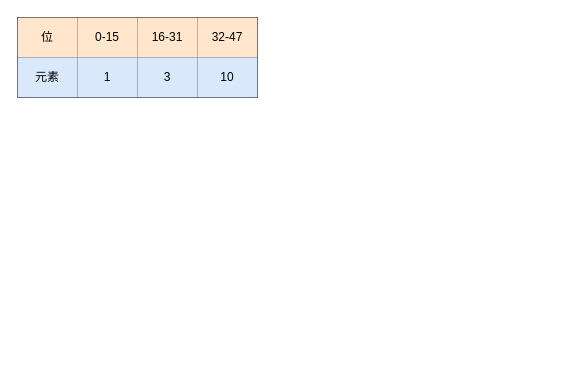
The draw.io diagram redis/intset升级过程.drawio in erlieStar/diagrams, before the edit. Source tidied: cells renumbered, new cells numbered last; positions are measured from the earlier drawing's top-left corner, leaving out a move shared by most shapes. Both pictures are drawn from the tidied source at 100%, with x=0, y=0 at pixel (17, 17).
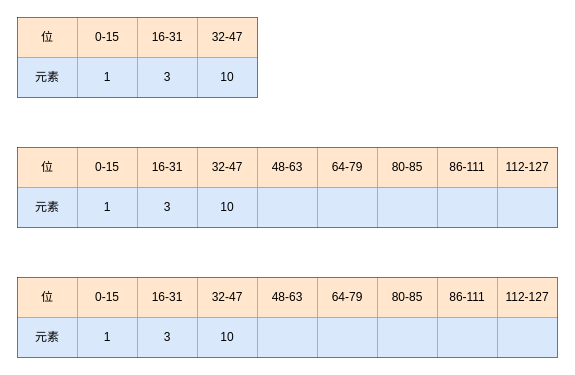
The same page after the edit.

Diff of the diagram source:
```diff
@@
+    <mxCell id="13" style="shape=table;html=1;whiteSpace=wrap;startSize=0;childLayout=tableLayout;" parent="1" vertex="1">
+      <mxGeometry y="130" width="540" height="80" as="geometry" />
+    </mxCell>
+    <mxCell id="14" style="shape=partialRectangle;html=1;whiteSpace=wrap;fillColor=none;top=0;left=0;bottom=0;right=0;" parent="13" vertex="1">
+      <mxGeometry width="540" height="40" as="geometry" />
+    </mxCell>
+    <mxCell id="15" value="位" style="shape=partialRectangle;html=1;whiteSpace=wrap;fillColor=#ffe6cc;top=0;left=0;bottom=0;right=0;overflow=hidden;strokeColor=#d79b00;" parent="14" vertex="1">
+      <mxGeometry width="60" height="40" as="geometry" />
+    </mxCell>
+    <mxCell id="16" value="0-15" style="shape=partialRectangle;html=1;whiteSpace=wrap;fillColor=#ffe6cc;top=0;left=0;bottom=0;right=0;overflow=hidden;strokeColor=#d79b00;" parent="14" vertex="1">
+      <mxGeometry x="60" width="60" height="40" as="geometry" />
+    </mxCell>
+    <mxCell id="17" value="16-31" style="shape=partialRectangle;html=1;whiteSpace=wrap;fillColor=#ffe6cc;top=0;left=0;bottom=0;right=0;overflow=hidden;strokeColor=#d79b00;" parent="14" vertex="1">
+      <mxGeometry x="120" width="60" height="40" as="geometry" />
+    </mxCell>
+    <mxCell id="18" value="32-47" style="shape=partialRectangle;html=1;whiteSpace=wrap;fillColor=#ffe6cc;top=0;left=0;bottom=0;right=0;overflow=hidden;strokeColor=#d79b00;" parent="14" vertex="1">
+      <mxGeometry x="180" width="60" height="40" as="geometry" />
+    </mxCell>
+    <mxCell id="19" value="48-63" style="shape=partialRectangle;html=1;whiteSpace=wrap;fillColor=#ffe6cc;top=0;left=0;bottom=0;right=0;overflow=hidden;strokeColor=#d79b00;" parent="14" vertex="1">
+      <mxGeometry x="240" width="60" height="40" as="geometry" />
+    </mxCell>
+    <mxCell id="20" value="64-79" style="shape=partialRectangle;html=1;whiteSpace=wrap;fillColor=#ffe6cc;top=0;left=0;bottom=0;right=0;overflow=hidden;strokeColor=#d79b00;" parent="14" vertex="1">
+      <mxGeometry x="300" width="60" height="40" as="geometry" />
+    </mxCell>
+    <mxCell id="21" value="80-85" style="shape=partialRectangle;html=1;whiteSpace=wrap;fillColor=#ffe6cc;top=0;left=0;bottom=0;right=0;overflow=hidden;strokeColor=#d79b00;" parent="14" vertex="1">
+      <mxGeometry x="360" width="60" height="40" as="geometry" />
+    </mxCell>
+    <mxCell id="22" value="86-111" style="shape=partialRectangle;html=1;whiteSpace=wrap;fillColor=#ffe6cc;top=0;left=0;bottom=0;right=0;overflow=hidden;strokeColor=#d79b00;" parent="14" vertex="1">
+      <mxGeometry x="420" width="60" height="40" as="geometry" />
+    </mxCell>
+    <mxCell id="23" value="112-127" style="shape=partialRectangle;html=1;whiteSpace=wrap;fillColor=#ffe6cc;top=0;left=0;bottom=0;right=0;overflow=hidden;strokeColor=#d79b00;" parent="14" vertex="1">
+      <mxGeometry x="480" width="60" height="40" as="geometry" />
+    </mxCell>
+    <mxCell id="24" style="shape=partialRectangle;html=1;whiteSpace=wrap;fillColor=none;top=0;left=0;bottom=0;right=0;" parent="13" vertex="1">
+      <mxGeometry y="40" width="540" height="40" as="geometry" />
+    </mxCell>
+    <mxCell id="25" value="元素" style="shape=partialRectangle;html=1;whiteSpace=wrap;fillColor=#dae8fc;top=0;left=0;bottom=0;right=0;overflow=hidden;strokeColor=#6c8ebf;" parent="24" vertex="1">
+      <mxGeometry width="60" height="40" as="geometry" />
+    </mxCell>
+    <mxCell id="26" value="1" style="shape=partialRectangle;html=1;whiteSpace=wrap;fillColor=#dae8fc;top=0;left=0;bottom=0;right=0;overflow=hidden;strokeColor=#6c8ebf;" parent="24" vertex="1">
+      <mxGeometry x="60" width="60" height="40" as="geometry" />
+    </mxCell>
+    <mxCell id="27" value="3" style="shape=partialRectangle;html=1;whiteSpace=wrap;fillColor=#dae8fc;top=0;left=0;bottom=0;right=0;overflow=hidden;strokeColor=#6c8ebf;" parent="24" vertex="1">
+      <mxGeometry x="120" width="60" height="40" as="geometry" />
+    </mxCell>
+    <mxCell id="28" value="10" style="shape=partialRectangle;html=1;whiteSpace=wrap;fillColor=#dae8fc;top=0;left=0;bottom=0;right=0;overflow=hidden;strokeColor=#6c8ebf;" parent="24" vertex="1">
+      <mxGeometry x="180" width="60" height="40" as="geometry" />
+    </mxCell>
+    <mxCell id="29" style="shape=partialRectangle;html=1;whiteSpace=wrap;fillColor=#dae8fc;top=0;left=0;bottom=0;right=0;overflow=hidden;strokeColor=#6c8ebf;" parent="24" vertex="1">
+      <mxGeometry x="240" width="60" height="40" as="geometry" />
+    </mxCell>
+    <mxCell id="30" style="shape=partialRectangle;html=1;whiteSpace=wrap;fillColor=#dae8fc;top=0;left=0;bottom=0;right=0;overflow=hidden;strokeColor=#6c8ebf;" parent="24" vertex="1">
+      <mxGeometry x="300" width="60" height="40" as="geometry" />
+    </mxCell>
+    <mxCell id="31" style="shape=partialRectangle;html=1;whiteSpace=wrap;fillColor=#dae8fc;top=0;left=0;bottom=0;right=0;overflow=hidden;strokeColor=#6c8ebf;" parent="24" vertex="1">
+      <mxGeometry x="360" width="60" height="40" as="geometry" />
+    </mxCell>
+    <mxCell id="32" style="shape=partialRectangle;html=1;whiteSpace=wrap;fillColor=#dae8fc;top=0;left=0;bottom=0;right=0;overflow=hidden;strokeColor=#6c8ebf;" parent="24" vertex="1">
+      <mxGeometry x="420" width="60" height="40" as="geometry" />
+    </mxCell>
+    <mxCell id="33" style="shape=partialRectangle;html=1;whiteSpace=wrap;fillColor=#dae8fc;top=0;left=0;bottom=0;right=0;overflow=hidden;strokeColor=#6c8ebf;" parent="24" vertex="1">
+      <mxGeometry x="480" width="60" height="40" as="geometry" />
+    </mxCell>
+    <mxCell id="34" style="shape=table;html=1;whiteSpace=wrap;startSize=0;childLayout=tableLayout;" parent="1" vertex="1">
+      <mxGeometry y="260" width="540" height="80" as="geometry" />
+    </mxCell>
+    <mxCell id="35" style="shape=partialRectangle;html=1;whiteSpace=wrap;fillColor=none;top=0;left=0;bottom=0;right=0;" parent="34" vertex="1">
+      <mxGeometry width="540" height="40" as="geometry" />
+    </mxCell>
+    <mxCell id="36" value="位" style="shape=partialRectangle;html=1;whiteSpace=wrap;fillColor=#ffe6cc;top=0;left=0;bottom=0;right=0;overflow=hidden;strokeColor=#d79b00;" parent="35" vertex="1">
+      <mxGeometry width="60" height="40" as="geometry" />
+    </mxCell>
+    <mxCell id="37" value="0-15" style="shape=partialRectangle;html=1;whiteSpace=wrap;fillColor=#ffe6cc;top=0;left=0;bottom=0;right=0;overflow=hidden;strokeColor=#d79b00;" parent="35" vertex="1">
+      <mxGeometry x="60" width="60" height="40" as="geometry" />
+    </mxCell>
+    <mxCell id="38" value="16-31" style="shape=partialRectangle;html=1;whiteSpace=wrap;fillColor=#ffe6cc;top=0;left=0;bottom=0;right=0;overflow=hidden;strokeColor=#d79b00;" parent="35" vertex="1">
+      <mxGeometry x="120" width="60" height="40" as="geometry" />
+    </mxCell>
+    <mxCell id="39" value="32-47" style="shape=partialRectangle;html=1;whiteSpace=wrap;fillColor=#ffe6cc;top=0;left=0;bottom=0;right=0;overflow=hidden;strokeColor=#d79b00;" parent="35" vertex="1">
+      <mxGeometry x="180" width="60" height="40" as="geometry" />
+    </mxCell>
+    <mxCell id="40" value="48-63" style="shape=partialRectangle;html=1;whiteSpace=wrap;fillColor=#ffe6cc;top=0;left=0;bottom=0;right=0;overflow=hidden;strokeColor=#d79b00;" parent="35" vertex="1">
+      <mxGeometry x="240" width="60" height="40" as="geometry" />
+    </mxCell>
+    <mxCell id="41" value="64-79" style="shape=partialRectangle;html=1;whiteSpace=wrap;fillColor=#ffe6cc;top=0;left=0;bottom=0;right=0;overflow=hidden;strokeColor=#d79b00;" parent="35" vertex="1">
+      <mxGeometry x="300" width="60" height="40" as="geometry" />
+    </mxCell>
+    <mxCell id="42" value="80-85" style="shape=partialRectangle;html=1;whiteSpace=wrap;fillColor=#ffe6cc;top=0;left=0;bottom=0;right=0;overflow=hidden;strokeColor=#d79b00;" parent="35" vertex="1">
+      <mxGeometry x="360" width="60" height="40" as="geometry" />
+    </mxCell>
+    <mxCell id="43" value="86-111" style="shape=partialRectangle;html=1;whiteSpace=wrap;fillColor=#ffe6cc;top=0;left=0;bottom=0;right=0;overflow=hidden;strokeColor=#d79b00;" parent="35" vertex="1">
+      <mxGeometry x="420" width="60" height="40" as="geometry" />
+    </mxCell>
+    <mxCell id="44" value="112-127" style="shape=partialRectangle;html=1;whiteSpace=wrap;fillColor=#ffe6cc;top=0;left=0;bottom=0;right=0;overflow=hidden;strokeColor=#d79b00;" parent="35" vertex="1">
+      <mxGeometry x="480" width="60" height="40" as="geometry" />
+    </mxCell>
+    <mxCell id="45" style="shape=partialRectangle;html=1;whiteSpace=wrap;fillColor=none;top=0;left=0;bottom=0;right=0;" parent="34" vertex="1">
+      <mxGeometry y="40" width="540" height="40" as="geometry" />
+    </mxCell>
+    <mxCell id="46" value="元素" style="shape=partialRectangle;html=1;whiteSpace=wrap;fillColor=#dae8fc;top=0;left=0;bottom=0;right=0;overflow=hidden;strokeColor=#6c8ebf;" parent="45" vertex="1">
+      <mxGeometry width="60" height="40" as="geometry" />
+    </mxCell>
+    <mxCell id="47" value="1" style="shape=partialRectangle;html=1;whiteSpace=wrap;fillColor=#dae8fc;top=0;left=0;bottom=0;right=0;overflow=hidden;strokeColor=#6c8ebf;" parent="45" vertex="1">
+      <mxGeometry x="60" width="60" height="40" as="geometry" />
+    </mxCell>
+    <mxCell id="48" value="3" style="shape=partialRectangle;html=1;whiteSpace=wrap;fillColor=#dae8fc;top=0;left=0;bottom=0;right=0;overflow=hidden;strokeColor=#6c8ebf;" parent="45" vertex="1">
+      <mxGeometry x="120" width="60" height="40" as="geometry" />
+    </mxCell>
+    <mxCell id="49" value="10" style="shape=partialRectangle;html=1;whiteSpace=wrap;fillColor=#dae8fc;top=0;left=0;bottom=0;right=0;overflow=hidden;strokeColor=#6c8ebf;" parent="45" vertex="1">
+      <mxGeometry x="180" width="60" height="40" as="geometry" />
+    </mxCell>
+    <mxCell id="50" style="shape=partialRectangle;html=1;whiteSpace=wrap;fillColor=#dae8fc;top=0;left=0;bottom=0;right=0;overflow=hidden;strokeColor=#6c8ebf;" parent="45" vertex="1">
+      <mxGeometry x="240" width="60" height="40" as="geometry" />
+    </mxCell>
+    <mxCell id="51" style="shape=partialRectangle;html=1;whiteSpace=wrap;fillColor=#dae8fc;top=0;left=0;bottom=0;right=0;overflow=hidden;strokeColor=#6c8ebf;" parent="45" vertex="1">
+      <mxGeometry x="300" width="60" height="40" as="geometry" />
+    </mxCell>
+    <mxCell id="52" style="shape=partialRectangle;html=1;whiteSpace=wrap;fillColor=#dae8fc;top=0;left=0;bottom=0;right=0;overflow=hidden;strokeColor=#6c8ebf;" parent="45" vertex="1">
+      <mxGeometry x="360" width="60" height="40" as="geometry" />
+    </mxCell>
+    <mxCell id="53" style="shape=partialRectangle;html=1;whiteSpace=wrap;fillColor=#dae8fc;top=0;left=0;bottom=0;right=0;overflow=hidden;strokeColor=#6c8ebf;" parent="45" vertex="1">
+      <mxGeometry x="420" width="60" height="40" as="geometry" />
+    </mxCell>
+    <mxCell id="54" style="shape=partialRectangle;html=1;whiteSpace=wrap;fillColor=#dae8fc;top=0;left=0;bottom=0;right=0;overflow=hidden;strokeColor=#6c8ebf;" parent="45" vertex="1">
+      <mxGeometry x="480" width="60" height="40" as="geometry" />
+    </mxCell>
```
